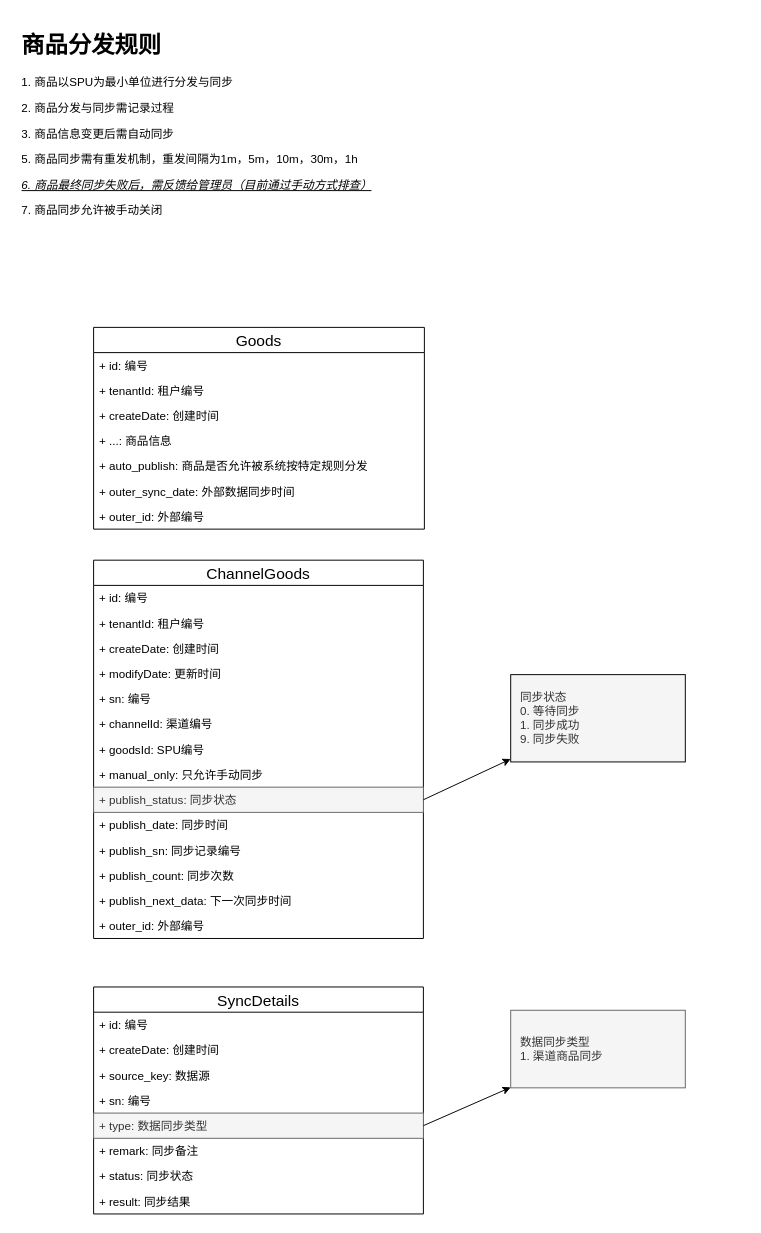
Earlier version of the draw.io diagram AMS商品异步同步流程.drawio (lycwukang/diagrams). Source tidied: cells renumbered, new cells numbered last; positions are measured from the earlier drawing's top-left corner, leaving out a move shared by most shapes. Both pictures are drawn from the tidied source at 97%, with x=0, y=0 at pixel (16, 26).
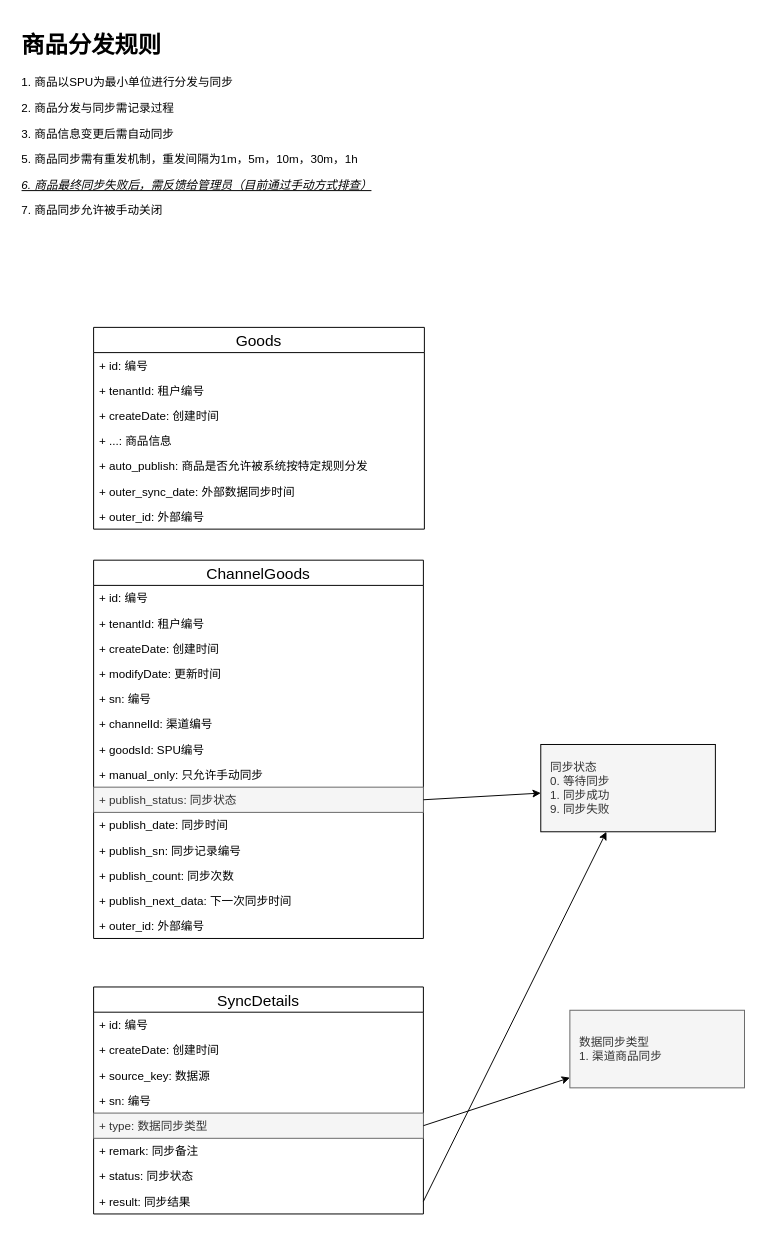
Above is the later version.

Commit message:
更新AMS商品异步同步流程.drawio

Unchanged cells that the change refers to:
```xml
<mxCell id="28" value="+ result: 同步结果" style="text;strokeColor=none;fillColor=none;align=left;verticalAlign=top;spacingLeft=4;spacingRight=4;overflow=hidden;points=[[0,0.5],[1,0.5]];portConstraint=eastwest;" parent="20" vertex="1">
  <mxGeometry y="208" width="340" height="26" as="geometry" />
</mxCell>
```

What changed in the source:
```diff
@@
     <mxCell id="18" value="同步状态&#10;0. 等待同步&#10;1. 同步成功&#10;9. 同步失败" style="text;fillColor=#f5f5f5;spacing=10;spacingTop=0;whiteSpace=wrap;overflow=hidden;rounded=0;fontColor=#333333;fontSize=12;strokeColor=#000000;perimeterSpacing=0;strokeWidth=1;verticalAlign=middle;" parent="1" vertex="1">
-      <mxGeometry x="509" y="668" width="180" height="90" as="geometry" />
+      <mxGeometry x="540" y="740" width="180" height="90" as="geometry" />
     </mxCell>
@@
     <mxCell id="29" value="数据同步类型&#10;1. 渠道商品同步" style="text;spacing=10;spacingTop=0;overflow=hidden;rounded=0;fontSize=12;labelBorderColor=none;align=left;fillColor=#f5f5f5;strokeColor=#666666;fontColor=#333333;whiteSpace=wrap;labelBackgroundColor=none;spacingLeft=0;verticalAlign=middle;" parent="1" vertex="1">
-      <mxGeometry x="509" y="1014" width="180" height="80" as="geometry" />
+      <mxGeometry x="570" y="1014" width="180" height="80" as="geometry" />
     </mxCell>
@@
+    <mxCell id="39" style="edgeStyle=none;rounded=0;jettySize=auto;html=1;exitX=1;exitY=0.5;exitDx=0;exitDy=0;fontSize=16;" parent="1" edge="1" source="28" target="18">
+      <mxGeometry relative="1" as="geometry" />
+    </mxCell>
```
